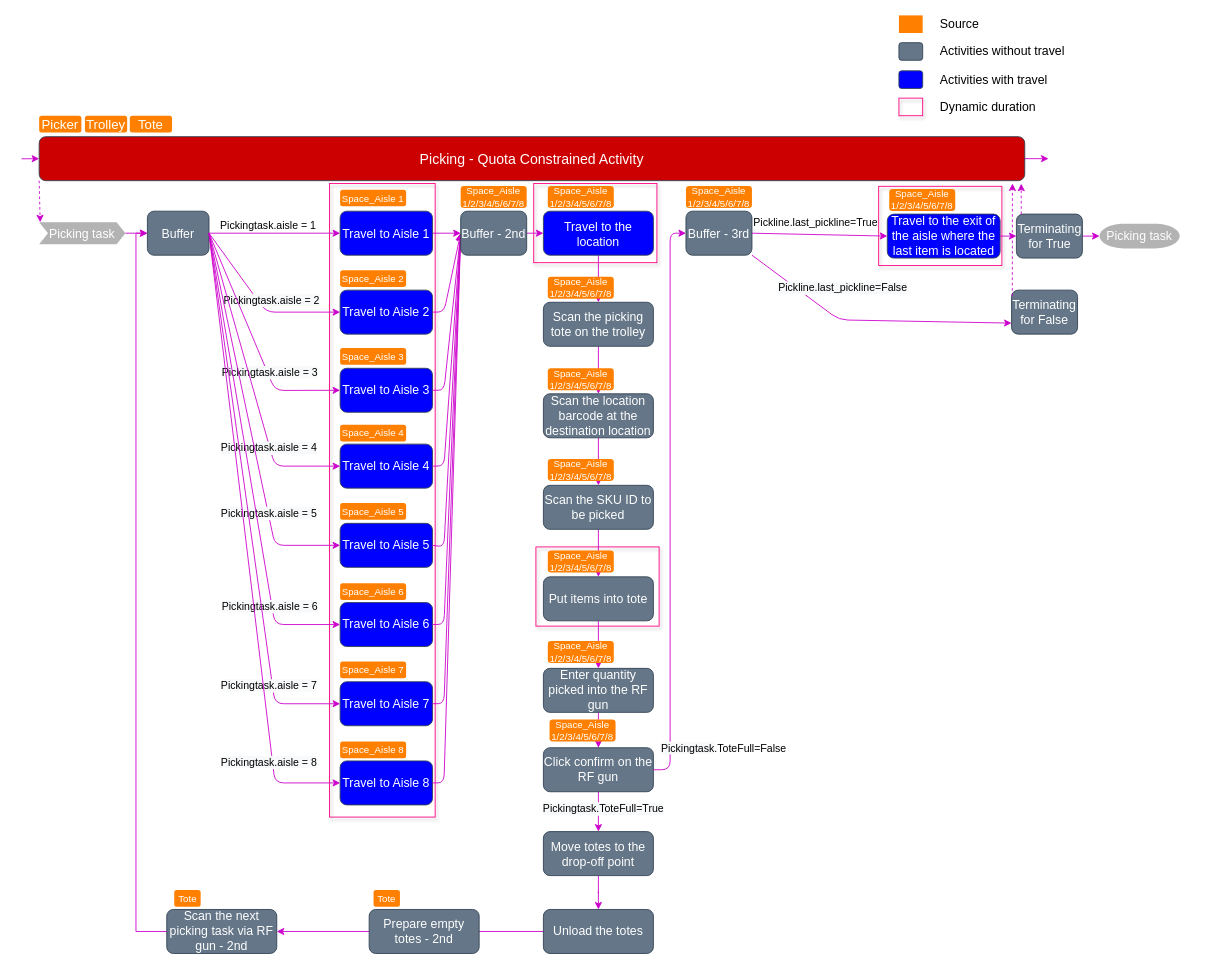
Before: page "第 1 页" (1 of 2) of picking.drawio in xfl11/xfliu, a draw.io diagram. Source tidied: cells renumbered, new cells numbered last; positions are measured from the earlier drawing's top-left corner, leaving out a move shared by most shapes. Both pictures are drawn from the tidied source at 88%, with x=0, y=0 at pixel (21, 15).
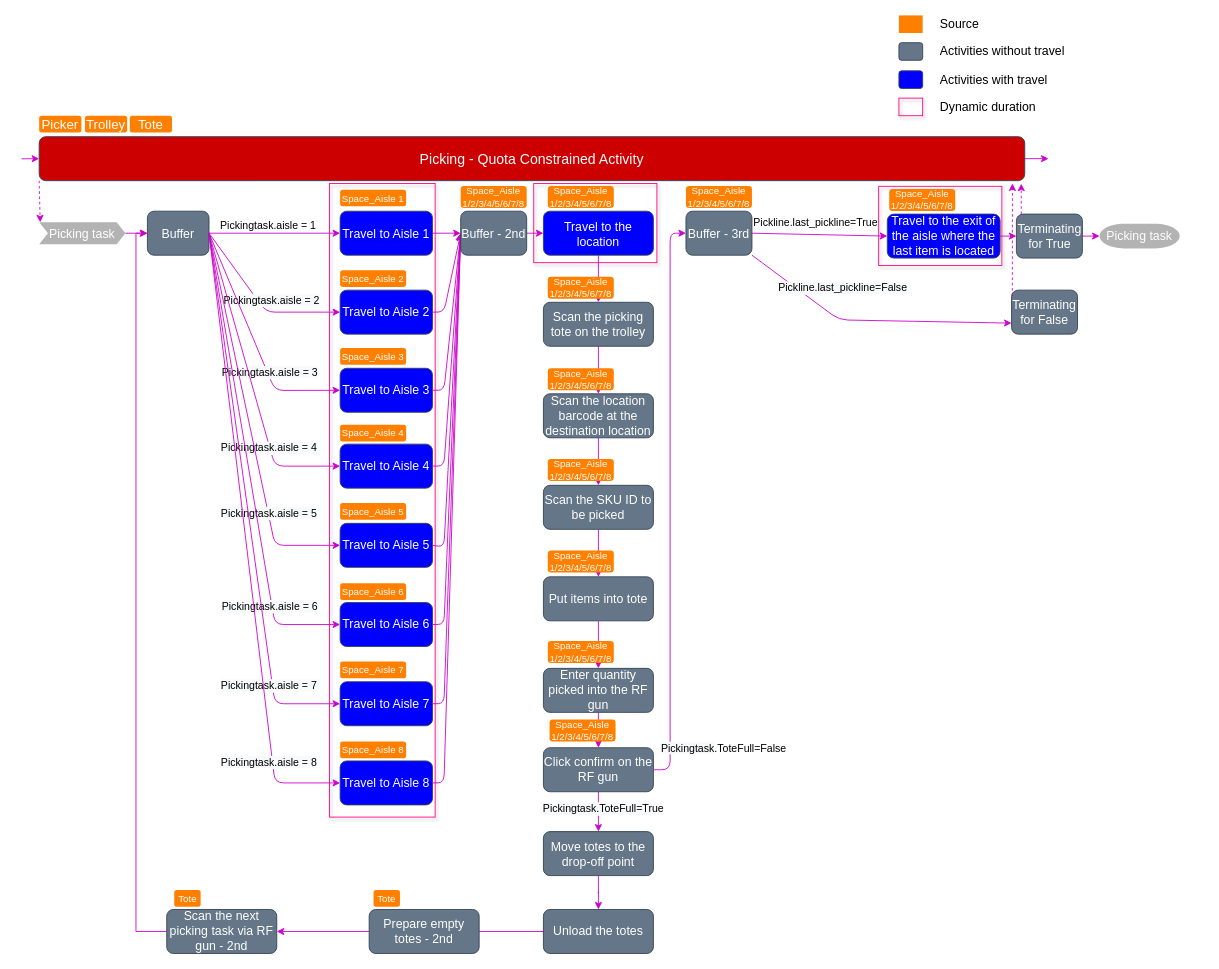
The same page after the edit.

The edit, as a diff of the source:
```diff
@@
-    <mxCell id="5" style="rounded=0;whiteSpace=wrap;html=1;fillColor=none;strokeColor=#FF0080;shadow=1;" parent="1" vertex="1">
-      <mxGeometry x="584.5" y="604" width="140" height="90" as="geometry" />
-    </mxCell>
```
